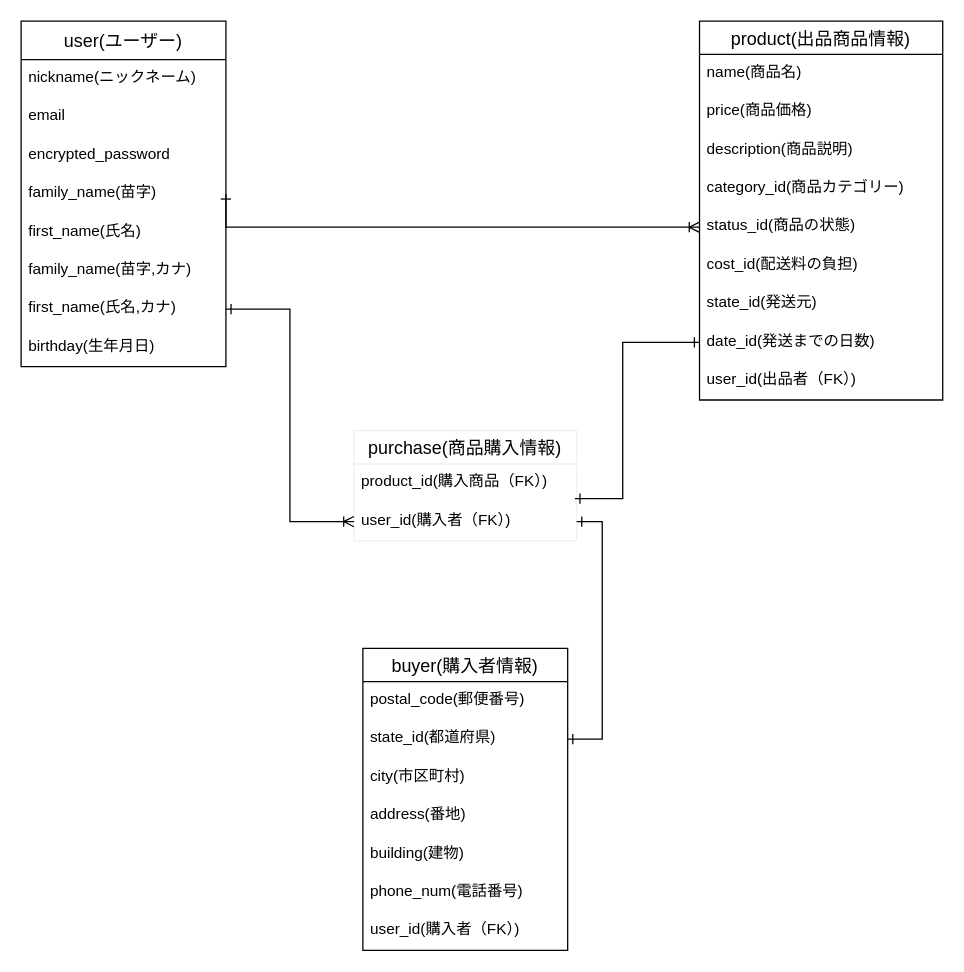
The draw.io diagram ER.dio in zakizakinozaki/furima-34440, before the edit. Source tidied: cells renumbered, new cells numbered last; positions are measured from the earlier drawing's top-left corner, leaving out a move shared by most shapes. Both pictures are drawn from the tidied source at 128%, with x=0, y=0 at pixel (20, 20).
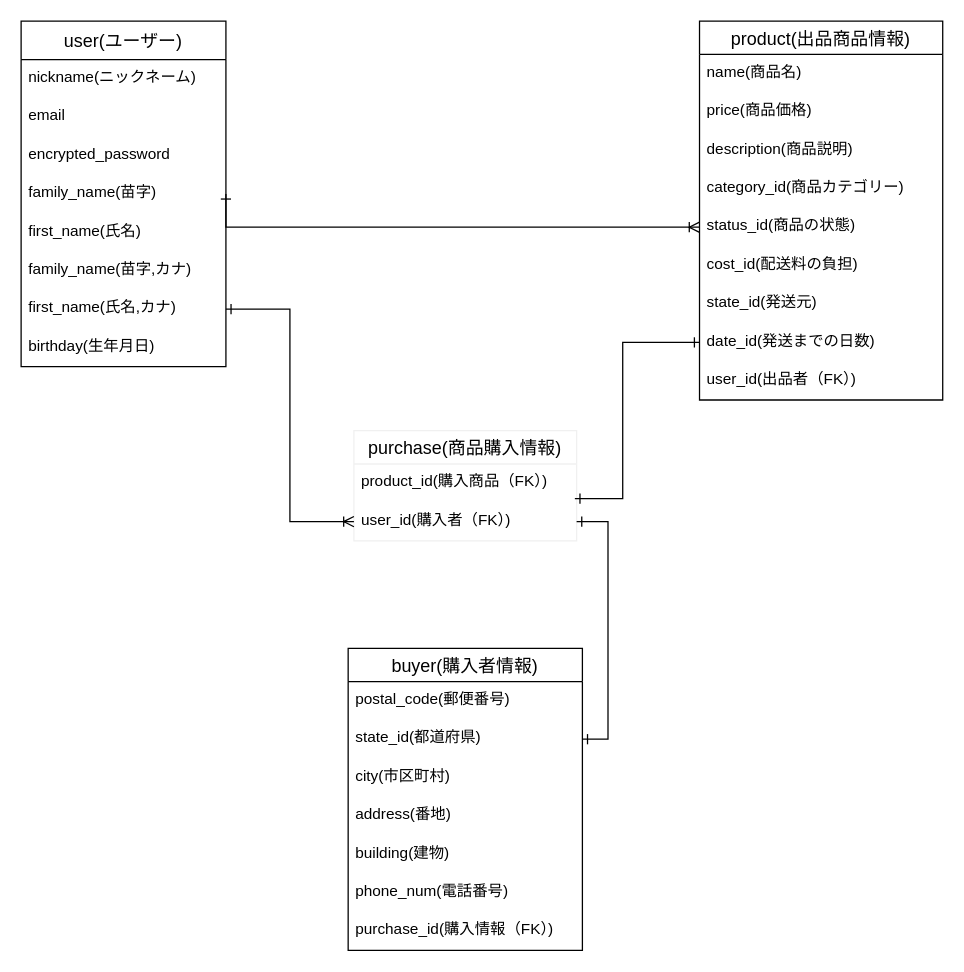
Above is the later version.

The edit, as a diff of the source:
```diff
@@
     <mxCell id="21" value="buyer(購入者情報)" style="swimlane;fontStyle=0;horizontal=1;startSize=26;align=center;fontSize=14;" parent="1" vertex="1">
-      <mxGeometry x="267" y="490" width="160" height="236" as="geometry" />
+      <mxGeometry x="255.5" y="490" width="183" height="236" as="geometry" />
     </mxCell>
     <mxCell id="22" value="postal_code(郵便番号)" style="text;strokeColor=none;fillColor=none;spacingLeft=4;spacingRight=4;overflow=hidden;fontSize=12;" parent="21" vertex="1">
-      <mxGeometry y="26" width="160" height="30" as="geometry" />
+      <mxGeometry y="26" width="183" height="30" as="geometry" />
     </mxCell>
     <mxCell id="23" value="state_id(都道府県)" style="text;strokeColor=none;fillColor=none;spacingLeft=4;spacingRight=4;overflow=hidden;points=[[0,0.5],[1,0.5]];portConstraint=eastwest;fontSize=12;" parent="21" vertex="1">
-      <mxGeometry y="56" width="160" height="30" as="geometry" />
+      <mxGeometry y="56" width="183" height="30" as="geometry" />
     </mxCell>
     <mxCell id="24" value="city(市区町村)" style="text;strokeColor=none;fillColor=none;spacingLeft=4;spacingRight=4;overflow=hidden;fontSize=12;" parent="21" vertex="1">
-      <mxGeometry y="86" width="160" height="30" as="geometry" />
+      <mxGeometry y="86" width="183" height="30" as="geometry" />
     </mxCell>
     <mxCell id="25" value="address(番地)" style="text;fillColor=none;spacingLeft=4;spacingRight=4;overflow=hidden;fontSize=12;" parent="21" vertex="1">
-      <mxGeometry y="116" width="160" height="30" as="geometry" />
+      <mxGeometry y="116" width="183" height="30" as="geometry" />
     </mxCell>
     <mxCell id="26" value="building(建物)" style="text;fillColor=none;spacingLeft=4;spacingRight=4;overflow=hidden;fontSize=12;" parent="21" vertex="1">
-      <mxGeometry y="146" width="160" height="30" as="geometry" />
+      <mxGeometry y="146" width="183" height="30" as="geometry" />
     </mxCell>
     <mxCell id="27" value="phone_num(電話番号)" style="text;fillColor=none;spacingLeft=4;spacingRight=4;overflow=hidden;fontSize=12;" parent="21" vertex="1">
-      <mxGeometry y="176" width="160" height="30" as="geometry" />
+      <mxGeometry y="176" width="183" height="30" as="geometry" />
     </mxCell>
-    <mxCell id="28" value="user_id(購入者（FK）)" style="text;fillColor=none;spacingLeft=4;spacingRight=4;overflow=hidden;fontSize=12;" parent="21" vertex="1">
-      <mxGeometry y="206" width="160" height="30" as="geometry" />
+    <mxCell id="28" value="purchase_id(購入情報（FK）)" style="text;fillColor=none;spacingLeft=4;spacingRight=4;overflow=hidden;fontSize=12;" parent="21" vertex="1">
+      <mxGeometry y="206" width="183" height="30" as="geometry" />
     </mxCell>
```
